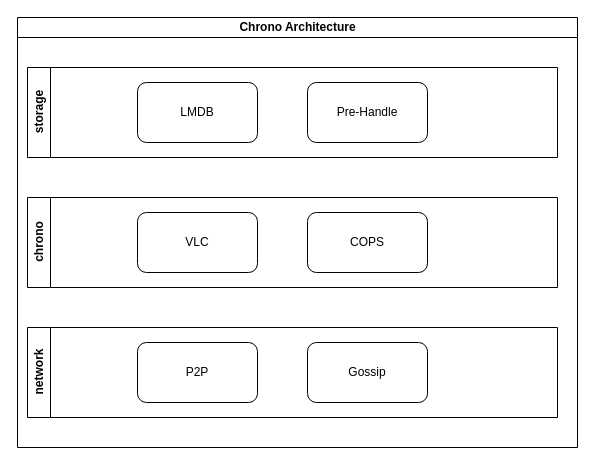
Earlier version of the draw.io diagram hip-b.drawio (sglk123/lingkangsg). Source tidied: cells renumbered, new cells numbered last; positions are measured from the earlier drawing's top-left corner, leaving out a move shared by most shapes. Both pictures are drawn from the tidied source at 100%, with x=0, y=0 at pixel (17, 17).
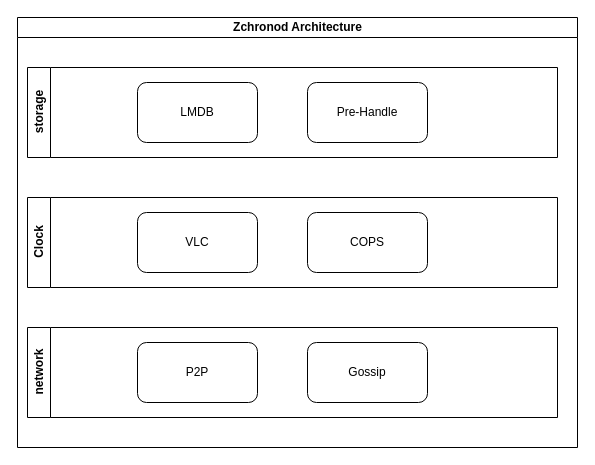
The same diagram, later.

The edit, as a diff of the source:
```diff
@@
 <mxGraphModel>
   <root>
     <mxCell id="0" />
     <mxCell id="1" parent="0" />
-    <mxCell id="2" value="Chrono Architecture" style="swimlane;html=1;startSize=20;horizontal=1;containerType=tree;glass=0;" parent="1" vertex="1">
+    <mxCell id="2" value="Zchronod Architecture" style="swimlane;html=1;startSize=20;horizontal=1;containerType=tree;glass=0;" parent="1" vertex="1">
       <mxGeometry width="560" height="430" as="geometry" />
     </mxCell>
     <mxCell id="3" value="network" style="swimlane;horizontal=0;whiteSpace=wrap;html=1;" parent="2" vertex="1">
       <mxGeometry x="10" y="310" width="530" height="90" as="geometry" />
     </mxCell>
     <mxCell id="4" value="P2P" style="rounded=1;whiteSpace=wrap;html=1;" parent="3" vertex="1">
       <mxGeometry x="110" y="15" width="120" height="60" as="geometry" />
     </mxCell>
     <mxCell id="5" value="Gossip" style="rounded=1;whiteSpace=wrap;html=1;" parent="3" vertex="1">
       <mxGeometry x="280" y="15" width="120" height="60" as="geometry" />
     </mxCell>
     <mxCell id="6" value="storage" style="swimlane;horizontal=0;whiteSpace=wrap;html=1;" parent="2" vertex="1">
       <mxGeometry x="10" y="50" width="530" height="90" as="geometry" />
     </mxCell>
     <mxCell id="7" value="LMDB" style="rounded=1;whiteSpace=wrap;html=1;" parent="6" vertex="1">
       <mxGeometry x="110" y="15" width="120" height="60" as="geometry" />
     </mxCell>
     <mxCell id="8" value="Pre-Handle" style="rounded=1;whiteSpace=wrap;html=1;" parent="6" vertex="1">
       <mxGeometry x="280" y="15" width="120" height="60" as="geometry" />
     </mxCell>
-    <mxCell id="9" value="chrono" style="swimlane;horizontal=0;whiteSpace=wrap;html=1;" parent="2" vertex="1">
+    <mxCell id="9" value="Clock" style="swimlane;horizontal=0;whiteSpace=wrap;html=1;" parent="2" vertex="1">
       <mxGeometry x="10" y="180" width="530" height="90" as="geometry" />
     </mxCell>
     <mxCell id="10" value="VLC" style="rounded=1;whiteSpace=wrap;html=1;" parent="9" vertex="1">
       <mxGeometry x="110" y="15" width="120" height="60" as="geometry" />
     </mxCell>
     <mxCell id="11" value="COPS" style="rounded=1;whiteSpace=wrap;html=1;" parent="9" vertex="1">
       <mxGeometry x="280" y="15" width="120" height="60" as="geometry" />
     </mxCell>
   </root>
 </mxGraphModel>
```
